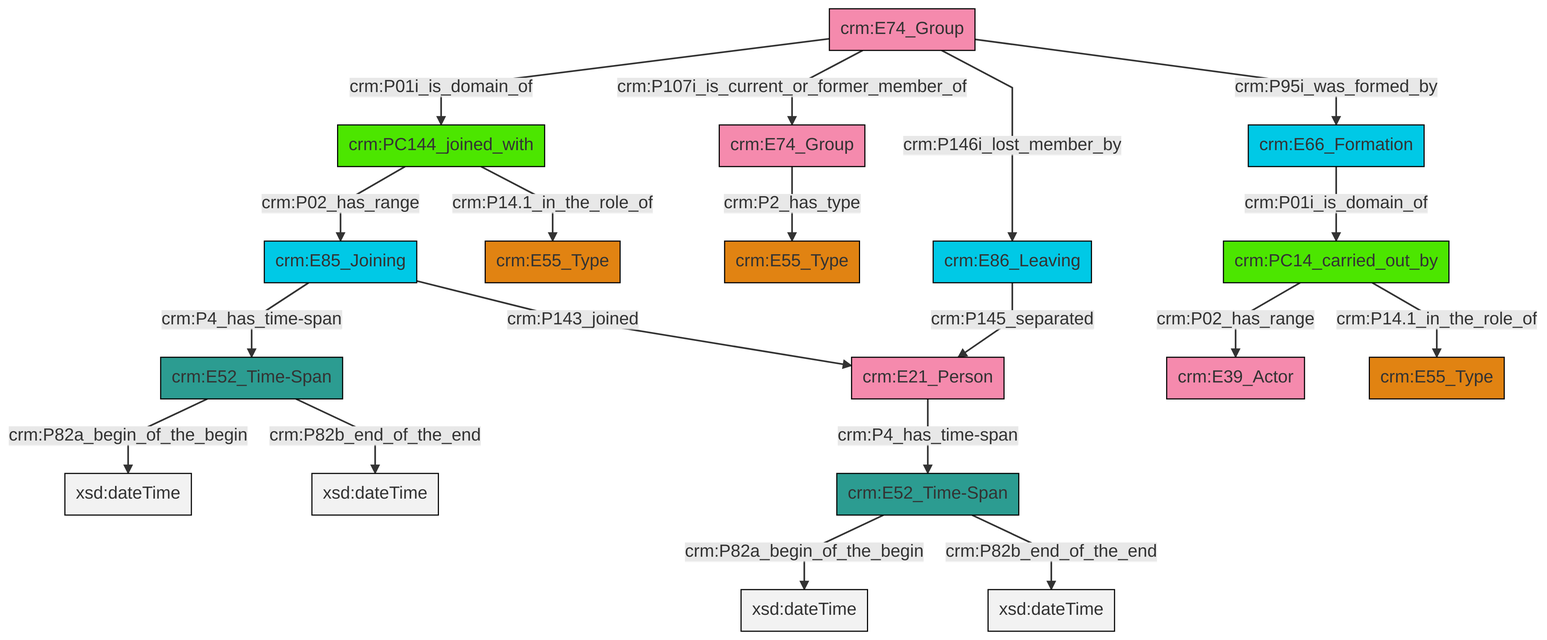
swiss-art-research-net/reference-data-models keeps this Mermaid diagram as et/groupCSV/ttl/mmd/png/group_actor_relations.png. Above is the earlier version. Its source is kept beside it as et/groupCSV/ttl/mmd/group_actor_relations.ttl.mmd. The source it was exported from:
```mermaid
graph TD
classDef Literal fill:#f2f2f2,stroke:#000000;
classDef CRM_Entity fill:#FFFFFF,stroke:#000000;
classDef Temporal_Entity fill:#00C9E6, stroke:#000000;
classDef Type fill:#E18312, stroke:#000000;
classDef Time-Span fill:#2C9C91, stroke:#000000;
classDef Appellation fill:#FFEB7F, stroke:#000000;
classDef Place fill:#008836, stroke:#000000;
classDef Persistent_Item fill:#B266B2, stroke:#000000;
classDef Conceptual_Object fill:#FFD700, stroke:#000000;
classDef Physical_Thing fill:#D2B48C, stroke:#000000;
classDef Actor fill:#f58aad, stroke:#000000;
classDef PC_Classes fill:#4ce600, stroke:#000000;
classDef Multi fill:#cccccc,stroke:#000000;

10["crm:E86_Leaving"]:::Temporal_Entity -->|crm:P145_separated| 8["crm:E21_Person"]:::Actor
11["crm:E85_Joining"]:::Temporal_Entity -->|crm:P4_has_time-span| 4["crm:E52_Time-Span"]:::Time-Span
12["crm:E74_Group"]:::Actor -->|crm:P01i_is_domain_of| 6["crm:PC144_joined_with"]:::PC_Classes
11["crm:E85_Joining"]:::Temporal_Entity -->|crm:P143_joined| 8["crm:E21_Person"]:::Actor
15["crm:PC14_carried_out_by"]:::PC_Classes -->|crm:P02_has_range| 16["crm:E39_Actor"]:::Actor
4["crm:E52_Time-Span"]:::Time-Span -->|crm:P82a_begin_of_the_begin| 19[xsd:dateTime]:::Literal
12["crm:E74_Group"]:::Actor -->|crm:P107i_is_current_or_former_member_of| 2["crm:E74_Group"]:::Actor
8["crm:E21_Person"]:::Actor -->|crm:P4_has_time-span| 13["crm:E52_Time-Span"]:::Time-Span
4["crm:E52_Time-Span"]:::Time-Span -->|crm:P82b_end_of_the_end| 22[xsd:dateTime]:::Literal
25["crm:E66_Formation"]:::Temporal_Entity -->|crm:P01i_is_domain_of| 15["crm:PC14_carried_out_by"]:::PC_Classes
13["crm:E52_Time-Span"]:::Time-Span -->|crm:P82a_begin_of_the_begin| 26[xsd:dateTime]:::Literal
6["crm:PC144_joined_with"]:::PC_Classes -->|crm:P02_has_range| 11["crm:E85_Joining"]:::Temporal_Entity
6["crm:PC144_joined_with"]:::PC_Classes -->|crm:P14.1_in_the_role_of| 0["crm:E55_Type"]:::Type
13["crm:E52_Time-Span"]:::Time-Span -->|crm:P82b_end_of_the_end| 32[xsd:dateTime]:::Literal
12["crm:E74_Group"]:::Actor -->|crm:P146i_lost_member_by| 10["crm:E86_Leaving"]:::Temporal_Entity
2["crm:E74_Group"]:::Actor -->|crm:P2_has_type| 20["crm:E55_Type"]:::Type
15["crm:PC14_carried_out_by"]:::PC_Classes -->|crm:P14.1_in_the_role_of| 28["crm:E55_Type"]:::Type
12["crm:E74_Group"]:::Actor -->|crm:P95i_was_formed_by| 25["crm:E66_Formation"]:::Temporal_Entity
```
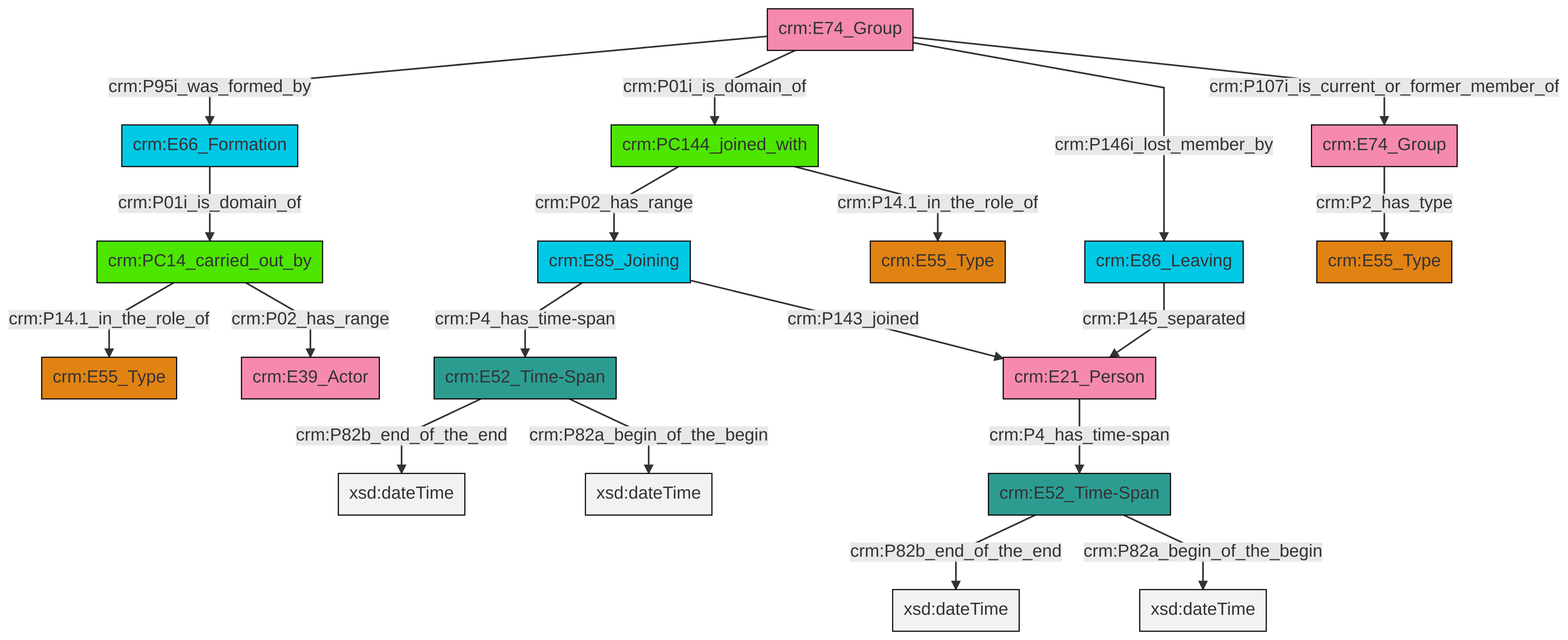
The same diagram one commit later.

What changed in the source:
```diff
@@ -13,21 +13,21 @@
 classDef PC_Classes fill:#4ce600, stroke:#000000;
 classDef Multi fill:#cccccc,stroke:#000000;
 
-10["crm:E86_Leaving"]:::Temporal_Entity -->|crm:P145_separated| 8["crm:E21_Person"]:::Actor
-11["crm:E85_Joining"]:::Temporal_Entity -->|crm:P4_has_time-span| 4["crm:E52_Time-Span"]:::Time-Span
-12["crm:E74_Group"]:::Actor -->|crm:P01i_is_domain_of| 6["crm:PC144_joined_with"]:::PC_Classes
-11["crm:E85_Joining"]:::Temporal_Entity -->|crm:P143_joined| 8["crm:E21_Person"]:::Actor
-15["crm:PC14_carried_out_by"]:::PC_Classes -->|crm:P02_has_range| 16["crm:E39_Actor"]:::Actor
-4["crm:E52_Time-Span"]:::Time-Span -->|crm:P82a_begin_of_the_begin| 19[xsd:dateTime]:::Literal
-12["crm:E74_Group"]:::Actor -->|crm:P107i_is_current_or_former_member_of| 2["crm:E74_Group"]:::Actor
-8["crm:E21_Person"]:::Actor -->|crm:P4_has_time-span| 13["crm:E52_Time-Span"]:::Time-Span
-4["crm:E52_Time-Span"]:::Time-Span -->|crm:P82b_end_of_the_end| 22[xsd:dateTime]:::Literal
-25["crm:E66_Formation"]:::Temporal_Entity -->|crm:P01i_is_domain_of| 15["crm:PC14_carried_out_by"]:::PC_Classes
-13["crm:E52_Time-Span"]:::Time-Span -->|crm:P82a_begin_of_the_begin| 26[xsd:dateTime]:::Literal
-6["crm:PC144_joined_with"]:::PC_Classes -->|crm:P02_has_range| 11["crm:E85_Joining"]:::Temporal_Entity
-6["crm:PC144_joined_with"]:::PC_Classes -->|crm:P14.1_in_the_role_of| 0["crm:E55_Type"]:::Type
-13["crm:E52_Time-Span"]:::Time-Span -->|crm:P82b_end_of_the_end| 32[xsd:dateTime]:::Literal
-12["crm:E74_Group"]:::Actor -->|crm:P146i_lost_member_by| 10["crm:E86_Leaving"]:::Temporal_Entity
-2["crm:E74_Group"]:::Actor -->|crm:P2_has_type| 20["crm:E55_Type"]:::Type
-15["crm:PC14_carried_out_by"]:::PC_Classes -->|crm:P14.1_in_the_role_of| 28["crm:E55_Type"]:::Type
-12["crm:E74_Group"]:::Actor -->|crm:P95i_was_formed_by| 25["crm:E66_Formation"]:::Temporal_Entity
+2["crm:E52_Time-Span"]:::Time-Span -->|crm:P82b_end_of_the_end| 3[xsd:dateTime]:::Literal
+8["crm:E21_Person"]:::Actor -->|crm:P4_has_time-span| 2["crm:E52_Time-Span"]:::Time-Span
+2["crm:E52_Time-Span"]:::Time-Span -->|crm:P82a_begin_of_the_begin| 9[xsd:dateTime]:::Literal
+11["crm:E74_Group"]:::Actor -->|crm:P95i_was_formed_by| 12["crm:E66_Formation"]:::Temporal_Entity
+11["crm:E74_Group"]:::Actor -->|crm:P01i_is_domain_of| 13["crm:PC144_joined_with"]:::PC_Classes
+14["crm:E74_Group"]:::Actor -->|crm:P2_has_type| 15["crm:E55_Type"]:::Type
+13["crm:PC144_joined_with"]:::PC_Classes -->|crm:P02_has_range| 0["crm:E85_Joining"]:::Temporal_Entity
+12["crm:E66_Formation"]:::Temporal_Entity -->|crm:P01i_is_domain_of| 6["crm:PC14_carried_out_by"]:::PC_Classes
+4["crm:E52_Time-Span"]:::Time-Span -->|crm:P82b_end_of_the_end| 23[xsd:dateTime]:::Literal
+13["crm:PC144_joined_with"]:::PC_Classes -->|crm:P14.1_in_the_role_of| 20["crm:E55_Type"]:::Type
+0["crm:E85_Joining"]:::Temporal_Entity -->|crm:P4_has_time-span| 4["crm:E52_Time-Span"]:::Time-Span
+11["crm:E74_Group"]:::Actor -->|crm:P146i_lost_member_by| 24["crm:E86_Leaving"]:::Temporal_Entity
+11["crm:E74_Group"]:::Actor -->|crm:P107i_is_current_or_former_member_of| 14["crm:E74_Group"]:::Actor
+4["crm:E52_Time-Span"]:::Time-Span -->|crm:P82a_begin_of_the_begin| 28[xsd:dateTime]:::Literal
+6["crm:PC14_carried_out_by"]:::PC_Classes -->|crm:P14.1_in_the_role_of| 18["crm:E55_Type"]:::Type
+0["crm:E85_Joining"]:::Temporal_Entity -->|crm:P143_joined| 8["crm:E21_Person"]:::Actor
+6["crm:PC14_carried_out_by"]:::PC_Classes -->|crm:P02_has_range| 25["crm:E39_Actor"]:::Actor
+24["crm:E86_Leaving"]:::Temporal_Entity -->|crm:P145_separated| 8["crm:E21_Person"]:::Actor
```
